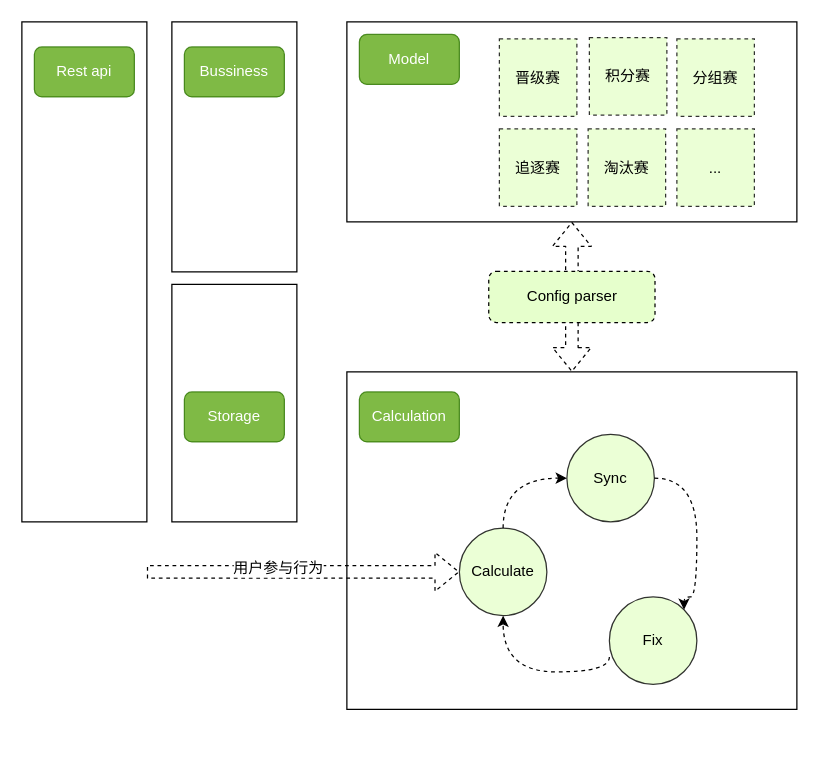
Above: 活动系统图.drawio in lndj/draw.io (draw.io), before the change. Source tidied: cells renumbered, new cells numbered last; positions are measured from the earlier drawing's top-left corner, leaving out a move shared by most shapes. Both pictures are drawn from the tidied source at 125%, with x=0, y=0 at pixel (21, 21).
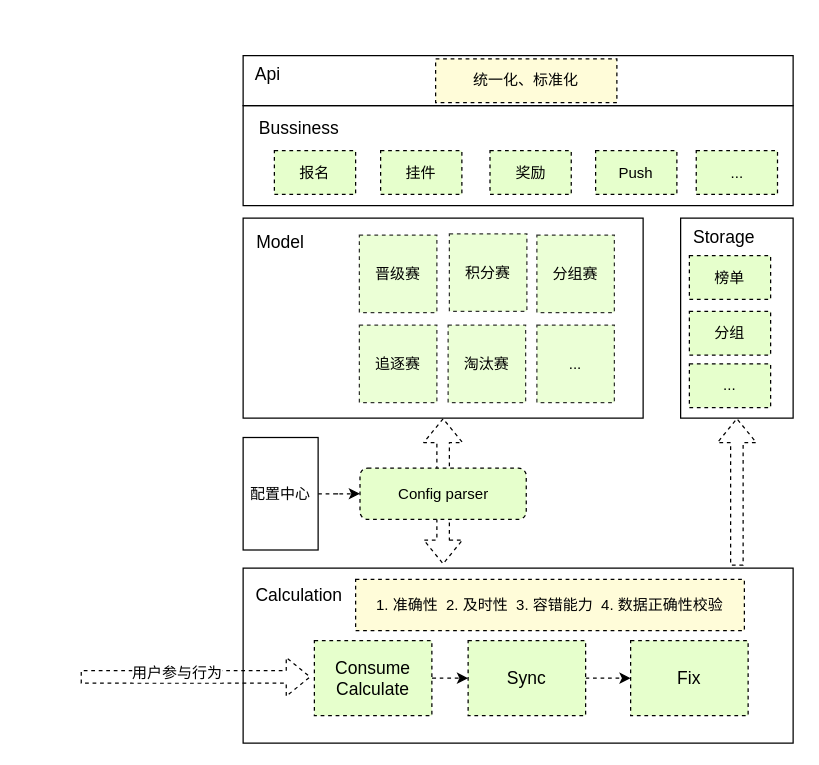
The same page after the edit.

Commit message (it also covers changes not shown here):
更新活动系统图.drawio

Diff of the diagram source:
```diff
@@
-    <mxCell id="2" style="shape=flexArrow;endArrow=classic;startArrow=classic;html=1;dashed=1;exitX=0.5;exitY=0;exitDx=0;exitDy=0;entryX=0.5;entryY=1;entryDx=0;entryDy=0;" parent="1" edge="1" source="4" target="3">
-      <mxGeometry relative="1" as="geometry" />
+    <mxCell id="2" style="shape=flexArrow;endArrow=classic;startArrow=classic;html=1;dashed=1;entryX=0.5;entryY=1;entryDx=0;entryDy=0;" parent="1" edge="1" target="3">
+      <mxGeometry relative="1" as="geometry">
+        <mxPoint x="337" y="434" as="sourcePoint" />
+      </mxGeometry>
     </mxCell>
     <mxCell id="3" style="rounded=0;whiteSpace=wrap;html=1;" parent="1" vertex="1">
-      <mxGeometry x="260" width="360" height="160" as="geometry" />
+      <mxGeometry x="177" y="157" width="320" height="160" as="geometry" />
     </mxCell>
     <mxCell id="4" style="rounded=0;whiteSpace=wrap;html=1;" parent="1" vertex="1">
-      <mxGeometry x="260" y="280" width="360" height="270" as="geometry" />
+      <mxGeometry x="177" y="437" width="440" height="140" as="geometry" />
     </mxCell>
     <mxCell id="5" style="rounded=0;whiteSpace=wrap;html=1;" parent="1" vertex="1">
-      <mxGeometry x="120" width="100" height="200" as="geometry" />
+      <mxGeometry x="177" y="67" width="440" height="80" as="geometry" />
     </mxCell>
-    <mxCell id="6" style="rounded=0;whiteSpace=wrap;html=1;" parent="1" vertex="1">
-      <mxGeometry width="100" height="400" as="geometry" />
-    </mxCell>
-    <mxCell id="7" value="Model" style="text;html=1;strokeColor=#2D7600;fillColor=#60a917;align=center;verticalAlign=middle;whiteSpace=wrap;rounded=1;fontColor=#ffffff;comic=0;glass=0;shadow=0;opacity=80;" parent="1" vertex="1">
-      <mxGeometry x="270" y="10" width="80" height="40" as="geometry" />
-    </mxCell>
-    <mxCell id="8" value="Rest api" style="text;html=1;strokeColor=#2D7600;fillColor=#60a917;align=center;verticalAlign=middle;whiteSpace=wrap;rounded=1;fontColor=#ffffff;comic=0;glass=0;shadow=0;opacity=80;" parent="1" vertex="1">
-      <mxGeometry x="10" y="20" width="80" height="40" as="geometry" />
-    </mxCell>
-    <mxCell id="9" value="Calculation" style="text;html=1;strokeColor=#2D7600;fillColor=#60a917;align=center;verticalAlign=middle;whiteSpace=wrap;rounded=1;fontColor=#ffffff;comic=0;glass=0;shadow=0;opacity=80;" parent="1" vertex="1">
-      <mxGeometry x="270" y="296" width="80" height="40" as="geometry" />
-    </mxCell>
     <mxCell id="10" style="rounded=0;whiteSpace=wrap;html=1;" parent="1" vertex="1">
-      <mxGeometry x="120" y="210" width="100" height="190" as="geometry" />
+      <mxGeometry x="527" y="157" width="90" height="160" as="geometry" />
     </mxCell>
-    <mxCell id="11" value="Bussiness" style="text;html=1;strokeColor=#2D7600;fillColor=#60a917;align=center;verticalAlign=middle;whiteSpace=wrap;rounded=1;fontColor=#ffffff;comic=0;glass=0;shadow=0;opacity=80;" parent="1" vertex="1">
-      <mxGeometry x="130" y="20" width="80" height="40" as="geometry" />
-    </mxCell>
-    <mxCell id="12" value="Storage" style="text;html=1;strokeColor=#2D7600;fillColor=#60a917;align=center;verticalAlign=middle;whiteSpace=wrap;rounded=1;fontColor=#ffffff;comic=0;glass=0;shadow=0;opacity=80;" parent="1" vertex="1">
-      <mxGeometry x="130" y="296" width="80" height="40" as="geometry" />
-    </mxCell>
-    <mxCell id="13" style="edgeStyle=orthogonalEdgeStyle;rounded=0;jettySize=auto;html=1;exitX=0.5;exitY=0;exitDx=0;exitDy=0;entryX=0;entryY=0.5;entryDx=0;entryDy=0;dashed=1;curved=1;" parent="1" edge="1" source="14" target="15">
-      <mxGeometry relative="1" as="geometry" />
-    </mxCell>
-    <mxCell id="14" value="Calculate" style="ellipse;whiteSpace=wrap;html=1;rounded=1;shadow=0;glass=0;comic=0;opacity=80;fillColor=#E6FFCC;strokeColor=#000000;" parent="1" vertex="1">
-      <mxGeometry x="350" y="405" width="70" height="70" as="geometry" />
-    </mxCell>
-    <mxCell id="15" value="&lt;font color=&quot;#000000&quot;&gt;Sync&lt;/font&gt;" style="ellipse;whiteSpace=wrap;html=1;rounded=1;shadow=0;glass=0;comic=0;opacity=80;fillColor=#E6FFCC;strokeColor=#000000;fontColor=#ffffff;" parent="1" vertex="1">
-      <mxGeometry x="436" y="330" width="70" height="70" as="geometry" />
-    </mxCell>
-    <mxCell id="16" value="&lt;font color=&quot;#000000&quot;&gt;Fix&lt;/font&gt;" style="ellipse;whiteSpace=wrap;html=1;rounded=1;shadow=0;glass=0;comic=0;opacity=80;fillColor=#E6FFCC;strokeColor=#000000;fontColor=#ffffff;" parent="1" vertex="1">
-      <mxGeometry x="470" y="460" width="70" height="70" as="geometry" />
-    </mxCell>
     <mxCell id="17" value="晋级赛" style="whiteSpace=wrap;html=1;rounded=0;shadow=0;glass=0;comic=0;opacity=80;arcSize=31;dashed=1;fillColor=#E6FFCC;" parent="1" vertex="1">
-      <mxGeometry x="382" y="13.5" width="62" height="62" as="geometry" />
+      <mxGeometry x="270" y="170.5" width="62" height="62" as="geometry" />
     </mxCell>
     <mxCell id="18" value="积分赛" style="whiteSpace=wrap;html=1;rounded=0;shadow=0;glass=0;comic=0;opacity=80;arcSize=31;dashed=1;fillColor=#E6FFCC;" parent="1" vertex="1">
-      <mxGeometry x="454" y="12.5" width="62" height="62" as="geometry" />
+      <mxGeometry x="342" y="169.5" width="62" height="62" as="geometry" />
     </mxCell>
     <mxCell id="19" value="追逐赛" style="whiteSpace=wrap;html=1;rounded=0;shadow=0;glass=0;comic=0;opacity=80;arcSize=31;dashed=1;fillColor=#E6FFCC;" parent="1" vertex="1">
-      <mxGeometry x="382" y="85.5" width="62" height="62" as="geometry" />
+      <mxGeometry x="270" y="242.5" width="62" height="62" as="geometry" />
     </mxCell>
     <mxCell id="20" value="..." style="whiteSpace=wrap;html=1;rounded=0;shadow=0;glass=0;comic=0;opacity=80;arcSize=31;dashed=1;fillColor=#E6FFCC;" parent="1" vertex="1">
-      <mxGeometry x="524" y="85.5" width="62" height="62" as="geometry" />
+      <mxGeometry x="412" y="242.5" width="62" height="62" as="geometry" />
     </mxCell>
     <mxCell id="21" value="淘汰赛" style="whiteSpace=wrap;html=1;rounded=0;shadow=0;glass=0;comic=0;opacity=80;arcSize=31;dashed=1;fillColor=#E6FFCC;" parent="1" vertex="1">
-      <mxGeometry x="453" y="85.5" width="62" height="62" as="geometry" />
+      <mxGeometry x="341" y="242.5" width="62" height="62" as="geometry" />
     </mxCell>
     <mxCell id="22" value="分组赛" style="whiteSpace=wrap;html=1;rounded=0;shadow=0;glass=0;comic=0;opacity=80;arcSize=31;dashed=1;fillColor=#E6FFCC;" parent="1" vertex="1">
-      <mxGeometry x="524" y="13.5" width="62" height="62" as="geometry" />
+      <mxGeometry x="412" y="170.5" width="62" height="62" as="geometry" />
     </mxCell>
     <mxCell id="23" value="Config parser&lt;br&gt;" style="rounded=1;whiteSpace=wrap;html=1;shadow=0;glass=0;dashed=1;comic=0;fillColor=#E6FFCC;" parent="1" vertex="1">
-      <mxGeometry x="373.5" y="199.5" width="133" height="41" as="geometry" />
+      <mxGeometry x="270.5" y="357" width="133" height="41" as="geometry" />
     </mxCell>
-    <mxCell id="24" style="shape=flexArrow;endArrow=classic;html=1;dashed=1;entryX=0;entryY=0.5;entryDx=0;entryDy=0;" parent="1" edge="1" target="14">
+    <mxCell id="24" style="shape=flexArrow;endArrow=classic;html=1;dashed=1;entryX=0;entryY=0.5;entryDx=0;entryDy=0;" parent="1" edge="1">
       <mxGeometry relative="1" as="geometry">
-        <mxPoint x="100" y="440" as="sourcePoint" />
+        <mxPoint x="47" y="524" as="sourcePoint" />
+        <mxPoint x="231" y="524" as="targetPoint" />
       </mxGeometry>
     </mxCell>
@@
+    <mxCell id="28" value="报名" style="rounded=0;whiteSpace=wrap;html=1;shadow=0;glass=0;dashed=1;comic=0;strokeColor=#000000;fillColor=#E6FFCC;" parent="1" vertex="1">
+      <mxGeometry x="202" y="103" width="65" height="35" as="geometry" />
+    </mxCell>
+    <mxCell id="29" value="挂件" style="rounded=0;whiteSpace=wrap;html=1;shadow=0;glass=0;dashed=1;comic=0;strokeColor=#000000;fillColor=#E6FFCC;" parent="1" vertex="1">
+      <mxGeometry x="287" y="103" width="65" height="35" as="geometry" />
+    </mxCell>
+    <mxCell id="30" value="奖励" style="rounded=0;whiteSpace=wrap;html=1;shadow=0;glass=0;dashed=1;comic=0;strokeColor=#000000;fillColor=#E6FFCC;" parent="1" vertex="1">
+      <mxGeometry x="374.5" y="103" width="65" height="35" as="geometry" />
+    </mxCell>
+    <mxCell id="7" value="Model&lt;br style=&quot;font-size: 14px;&quot;&gt;" style="text;html=1;strokeColor=none;fillColor=none;align=center;verticalAlign=middle;whiteSpace=wrap;rounded=0;shadow=0;glass=0;dashed=1;comic=0;fontSize=14;" parent="1" vertex="1">
+      <mxGeometry x="177" y="157" width="60" height="37" as="geometry" />
+    </mxCell>
+    <mxCell id="9" value="&lt;span&gt;Calculation&lt;/span&gt;" style="text;html=1;strokeColor=none;fillColor=none;align=center;verticalAlign=middle;whiteSpace=wrap;rounded=0;shadow=0;glass=0;dashed=1;comic=0;fontSize=14;" parent="1" vertex="1">
+      <mxGeometry x="177" y="437" width="90" height="44" as="geometry" />
+    </mxCell>
+    <mxCell id="31" style="edgeStyle=orthogonalEdgeStyle;curved=1;rounded=0;jettySize=auto;html=1;dashed=1;fontSize=14;" parent="1" edge="1" source="32" target="15">
+      <mxGeometry relative="1" as="geometry" />
+    </mxCell>
+    <mxCell id="32" value="Consume Calculate" style="rounded=0;whiteSpace=wrap;html=1;shadow=0;glass=0;dashed=1;comic=0;strokeColor=#000000;fillColor=#E6FFCC;fontSize=14;" parent="1" vertex="1">
+      <mxGeometry x="234" y="495" width="94" height="60" as="geometry" />
+    </mxCell>
-    <mxCell id="26" style="edgeStyle=orthogonalEdgeStyle;rounded=0;jettySize=auto;html=1;exitX=1;exitY=0.5;exitDx=0;exitDy=0;entryX=1;entryY=0;entryDx=0;entryDy=0;dashed=1;curved=1;" parent="1" edge="1" source="15" target="16">
-      <mxGeometry relative="1" as="geometry">
-        <Array as="points">
-          <mxPoint x="540" y="365" />
-          <mxPoint x="540" y="460" />
-        </Array>
-      </mxGeometry>
+    <mxCell id="26" style="edgeStyle=orthogonalEdgeStyle;curved=1;rounded=0;jettySize=auto;html=1;exitX=1;exitY=0.5;exitDx=0;exitDy=0;dashed=1;fontSize=14;entryX=0;entryY=0.5;entryDx=0;entryDy=0;" parent="1" edge="1" source="15" target="16">
+      <mxGeometry relative="1" as="geometry" />
     </mxCell>
-    <mxCell id="27" style="edgeStyle=orthogonalEdgeStyle;rounded=0;jettySize=auto;html=1;exitX=0;exitY=0.686;exitDx=0;exitDy=0;dashed=1;curved=1;entryX=0.5;entryY=1;entryDx=0;entryDy=0;exitPerimeter=0;" parent="1" edge="1" source="16" target="14">
-      <mxGeometry relative="1" as="geometry">
-        <Array as="points">
-          <mxPoint x="470" y="520" />
-          <mxPoint x="385" y="520" />
-        </Array>
-      </mxGeometry>
-    </mxCell>
+    <mxCell id="15" value="Sync" style="rounded=0;whiteSpace=wrap;html=1;shadow=0;glass=0;dashed=1;comic=0;strokeColor=#000000;fillColor=#E6FFCC;fontSize=14;" parent="1" vertex="1">
+      <mxGeometry x="357" y="495" width="94" height="60" as="geometry" />
+    </mxCell>
+    <mxCell id="11" value="&lt;span&gt;Bussiness&lt;/span&gt;" style="text;html=1;strokeColor=none;fillColor=none;align=center;verticalAlign=middle;whiteSpace=wrap;rounded=0;shadow=0;glass=0;dashed=1;comic=0;fontSize=14;" parent="1" vertex="1">
+      <mxGeometry x="177" y="67" width="90" height="36" as="geometry" />
+    </mxCell>
+    <mxCell id="33" value="Push" style="rounded=0;whiteSpace=wrap;html=1;shadow=0;glass=0;dashed=1;comic=0;strokeColor=#000000;fillColor=#E6FFCC;" parent="1" vertex="1">
+      <mxGeometry x="459" y="103" width="65" height="35" as="geometry" />
+    </mxCell>
+    <mxCell id="34" value="..." style="rounded=0;whiteSpace=wrap;html=1;shadow=0;glass=0;dashed=1;comic=0;strokeColor=#000000;fillColor=#E6FFCC;" parent="1" vertex="1">
+      <mxGeometry x="539.5" y="103" width="65" height="35" as="geometry" />
+    </mxCell>
+    <mxCell id="16" value="Fix" style="rounded=0;whiteSpace=wrap;html=1;shadow=0;glass=0;dashed=1;comic=0;strokeColor=#000000;fillColor=#E6FFCC;fontSize=14;" parent="1" vertex="1">
+      <mxGeometry x="487" y="495" width="94" height="60" as="geometry" />
+    </mxCell>
+    <mxCell id="12" value="Storage" style="text;html=1;strokeColor=none;fillColor=none;align=center;verticalAlign=middle;whiteSpace=wrap;rounded=0;shadow=0;glass=0;dashed=1;comic=0;fontSize=14;" parent="1" vertex="1">
+      <mxGeometry x="527" y="157" width="70" height="30" as="geometry" />
+    </mxCell>
+    <mxCell id="35" style="shape=flexArrow;endArrow=classic;html=1;dashed=1;fontSize=14;entryX=0.5;entryY=1;entryDx=0;entryDy=0;" parent="1" edge="1" target="10">
+      <mxGeometry relative="1" as="geometry">
+        <mxPoint x="572" y="435" as="sourcePoint" />
+      </mxGeometry>
+    </mxCell>
+    <mxCell id="36" style="edgeStyle=orthogonalEdgeStyle;rounded=0;jettySize=auto;html=1;dashed=1;fontSize=14;" parent="1" edge="1" source="37" target="23">
+      <mxGeometry relative="1" as="geometry" />
+    </mxCell>
+    <mxCell id="37" value="配置中心" style="rounded=0;whiteSpace=wrap;html=1;shadow=0;glass=0;comic=0;" parent="1" vertex="1">
+      <mxGeometry x="177" y="332.5" width="60" height="90" as="geometry" />
+    </mxCell>
+    <mxCell id="38" style="rounded=0;whiteSpace=wrap;html=1;shadow=0;glass=0;comic=0;fontSize=14;" parent="1" vertex="1">
+      <mxGeometry x="177" y="27" width="440" height="40" as="geometry" />
+    </mxCell>
+    <mxCell id="39" value="&lt;span&gt;Api&lt;/span&gt;" style="text;html=1;strokeColor=none;fillColor=none;align=center;verticalAlign=middle;whiteSpace=wrap;rounded=0;shadow=0;glass=0;dashed=1;comic=0;fontSize=14;" parent="1" vertex="1">
+      <mxGeometry x="177" y="27" width="40" height="30" as="geometry" />
+    </mxCell>
+    <mxCell id="40" value="统一化、标准化" style="rounded=0;whiteSpace=wrap;html=1;shadow=0;glass=0;dashed=1;comic=0;strokeColor=#000000;fillColor=#FFFCD9;" parent="1" vertex="1">
+      <mxGeometry x="331" y="29.5" width="145" height="35" as="geometry" />
+    </mxCell>
+    <mxCell id="41" value="1. 准确性&amp;nbsp; 2. 及时性&amp;nbsp; 3. 容错能力&amp;nbsp; 4. 数据正确性校验" style="rounded=0;whiteSpace=wrap;html=1;shadow=0;glass=0;dashed=1;comic=0;strokeColor=#000000;fillColor=#FFFCD9;" parent="1" vertex="1">
+      <mxGeometry x="267" y="446" width="311" height="41" as="geometry" />
+    </mxCell>
+    <mxCell id="42" value="榜单" style="rounded=0;whiteSpace=wrap;html=1;shadow=0;glass=0;dashed=1;comic=0;strokeColor=#000000;fillColor=#E6FFCC;" parent="1" vertex="1">
+      <mxGeometry x="534" y="187" width="65" height="35" as="geometry" />
+    </mxCell>
+    <mxCell id="43" value="分组" style="rounded=0;whiteSpace=wrap;html=1;shadow=0;glass=0;dashed=1;comic=0;strokeColor=#000000;fillColor=#E6FFCC;" parent="1" vertex="1">
+      <mxGeometry x="534" y="231.5" width="65" height="35" as="geometry" />
+    </mxCell>
+    <mxCell id="44" value="..." style="rounded=0;whiteSpace=wrap;html=1;shadow=0;glass=0;dashed=1;comic=0;strokeColor=#000000;fillColor=#E6FFCC;" parent="1" vertex="1">
+      <mxGeometry x="534" y="273.5" width="65" height="35" as="geometry" />
+    </mxCell>
```
